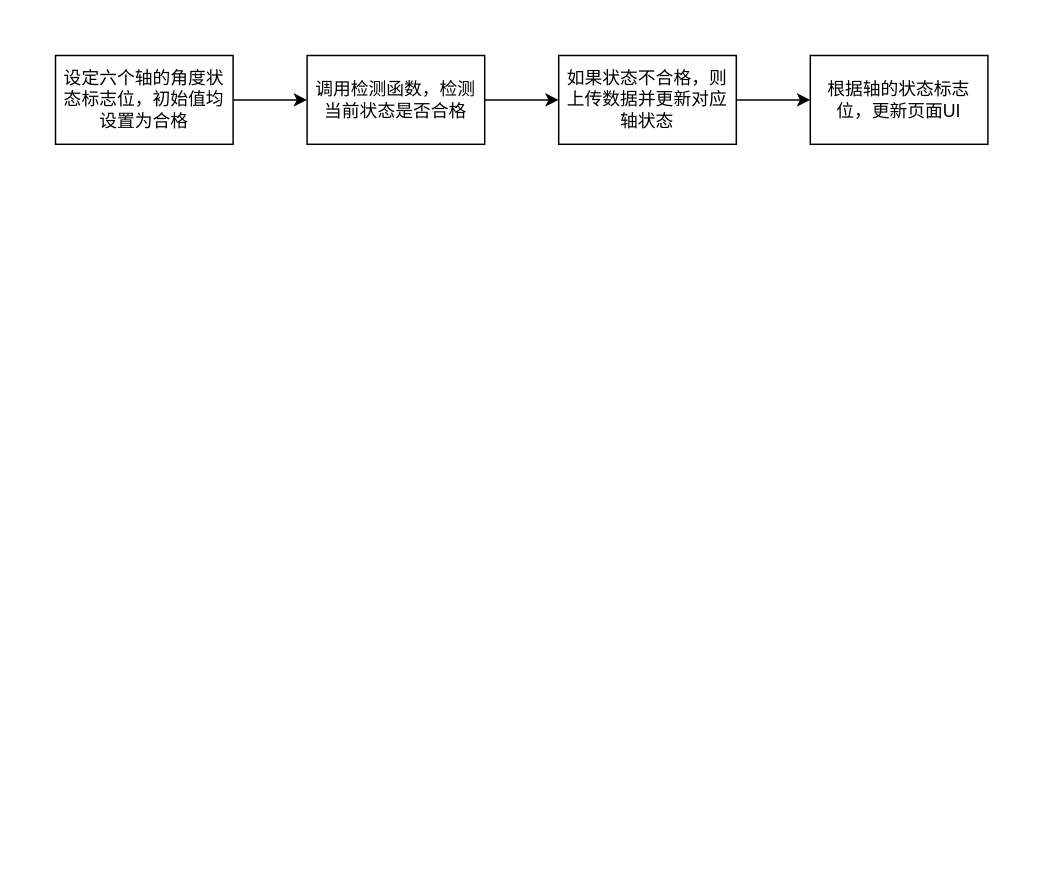
Before: page "第 20 页" (20 of 20) of 未命名绘图.drawio in yyy-router/drawio, a draw.io diagram. Source tidied: cells renumbered, new cells numbered last; positions are measured from the earlier drawing's top-left corner, leaving out a move shared by most shapes. Both pictures are drawn from the tidied source at 148%, with x=0, y=0 at pixel (25, 25).
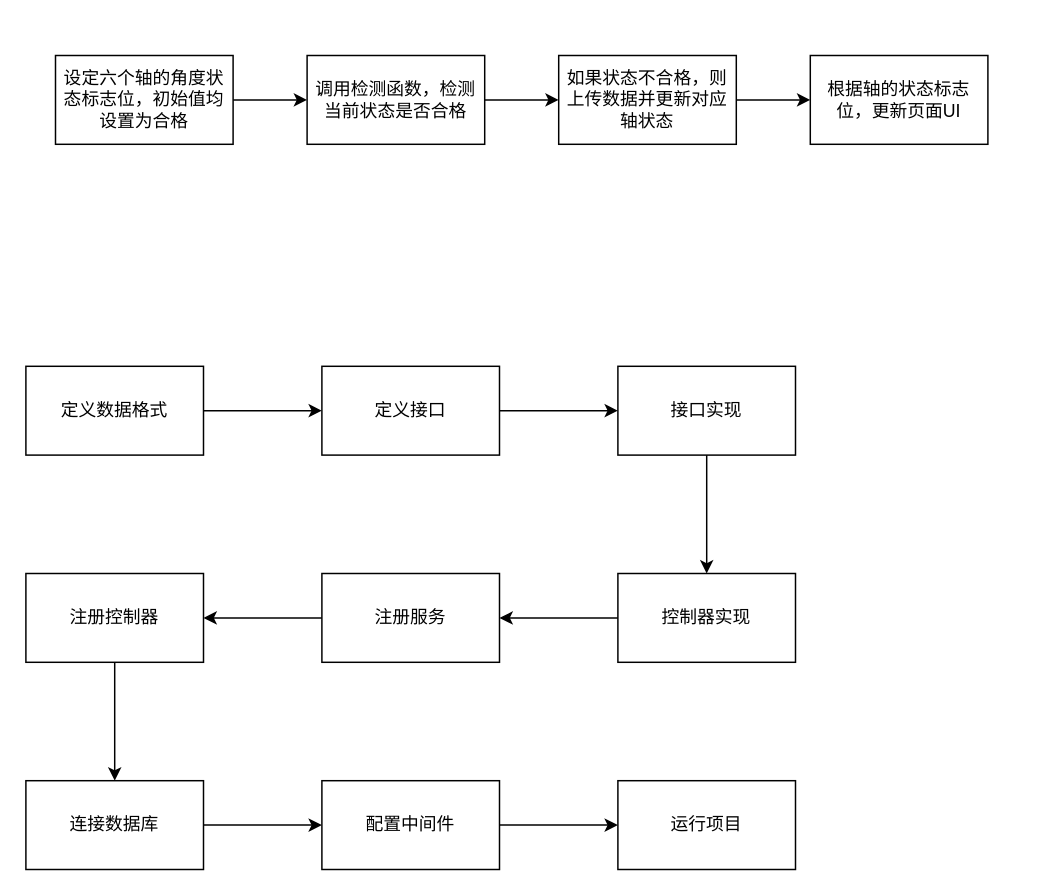
The same page after the edit.

Commit message:
更新未命名绘图.drawio

The edit, as a diff of the source:
```diff
@@
+    <mxCell id="10" style="edgeStyle=orthogonalEdgeStyle;rounded=0;jettySize=auto;html=1;" parent="1" edge="1" source="11" target="13">
+      <mxGeometry relative="1" as="geometry" />
+    </mxCell>
+    <mxCell id="11" value="定义数据格式" style="rounded=0;whiteSpace=wrap;html=1;" parent="1" vertex="1">
+      <mxGeometry y="230" width="120" height="60" as="geometry" />
+    </mxCell>
+    <mxCell id="12" style="edgeStyle=orthogonalEdgeStyle;rounded=0;jettySize=auto;html=1;" parent="1" edge="1" source="13" target="15">
+      <mxGeometry relative="1" as="geometry" />
+    </mxCell>
+    <mxCell id="13" value="定义接口" style="rounded=0;whiteSpace=wrap;html=1;" parent="1" vertex="1">
+      <mxGeometry x="200" y="230" width="120" height="60" as="geometry" />
+    </mxCell>
+    <mxCell id="14" style="edgeStyle=orthogonalEdgeStyle;rounded=0;jettySize=auto;html=1;" parent="1" edge="1" source="15" target="17">
+      <mxGeometry relative="1" as="geometry" />
+    </mxCell>
+    <mxCell id="15" value="接口实现" style="rounded=0;whiteSpace=wrap;html=1;" parent="1" vertex="1">
+      <mxGeometry x="400" y="230" width="120" height="60" as="geometry" />
+    </mxCell>
+    <mxCell id="16" style="edgeStyle=orthogonalEdgeStyle;rounded=0;jettySize=auto;html=1;" parent="1" edge="1" source="17" target="19">
+      <mxGeometry relative="1" as="geometry" />
+    </mxCell>
+    <mxCell id="17" value="控制器实现" style="rounded=0;whiteSpace=wrap;html=1;" parent="1" vertex="1">
+      <mxGeometry x="400" y="370" width="120" height="60" as="geometry" />
+    </mxCell>
+    <mxCell id="18" style="edgeStyle=orthogonalEdgeStyle;rounded=0;jettySize=auto;html=1;" parent="1" edge="1" source="19" target="21">
+      <mxGeometry relative="1" as="geometry" />
+    </mxCell>
+    <mxCell id="19" value="注册服务" style="rounded=0;whiteSpace=wrap;html=1;" parent="1" vertex="1">
+      <mxGeometry x="200" y="370" width="120" height="60" as="geometry" />
+    </mxCell>
+    <mxCell id="20" style="edgeStyle=orthogonalEdgeStyle;rounded=0;jettySize=auto;html=1;" parent="1" edge="1" source="21" target="23">
+      <mxGeometry relative="1" as="geometry" />
+    </mxCell>
+    <mxCell id="21" value="注册控制器" style="rounded=0;whiteSpace=wrap;html=1;" parent="1" vertex="1">
+      <mxGeometry y="370" width="120" height="60" as="geometry" />
+    </mxCell>
+    <mxCell id="22" style="edgeStyle=orthogonalEdgeStyle;rounded=0;jettySize=auto;html=1;" parent="1" edge="1" source="23" target="25">
+      <mxGeometry relative="1" as="geometry" />
+    </mxCell>
+    <mxCell id="23" value="连接数据库" style="rounded=0;whiteSpace=wrap;html=1;" parent="1" vertex="1">
+      <mxGeometry y="510" width="120" height="60" as="geometry" />
+    </mxCell>
+    <mxCell id="24" style="edgeStyle=orthogonalEdgeStyle;rounded=0;jettySize=auto;html=1;" parent="1" edge="1" source="25" target="26">
+      <mxGeometry relative="1" as="geometry" />
+    </mxCell>
+    <mxCell id="25" value="配置中间件" style="rounded=0;whiteSpace=wrap;html=1;" parent="1" vertex="1">
+      <mxGeometry x="200" y="510" width="120" height="60" as="geometry" />
+    </mxCell>
+    <mxCell id="26" value="运行项目" style="rounded=0;whiteSpace=wrap;html=1;" parent="1" vertex="1">
+      <mxGeometry x="400" y="510" width="120" height="60" as="geometry" />
+    </mxCell>
```
